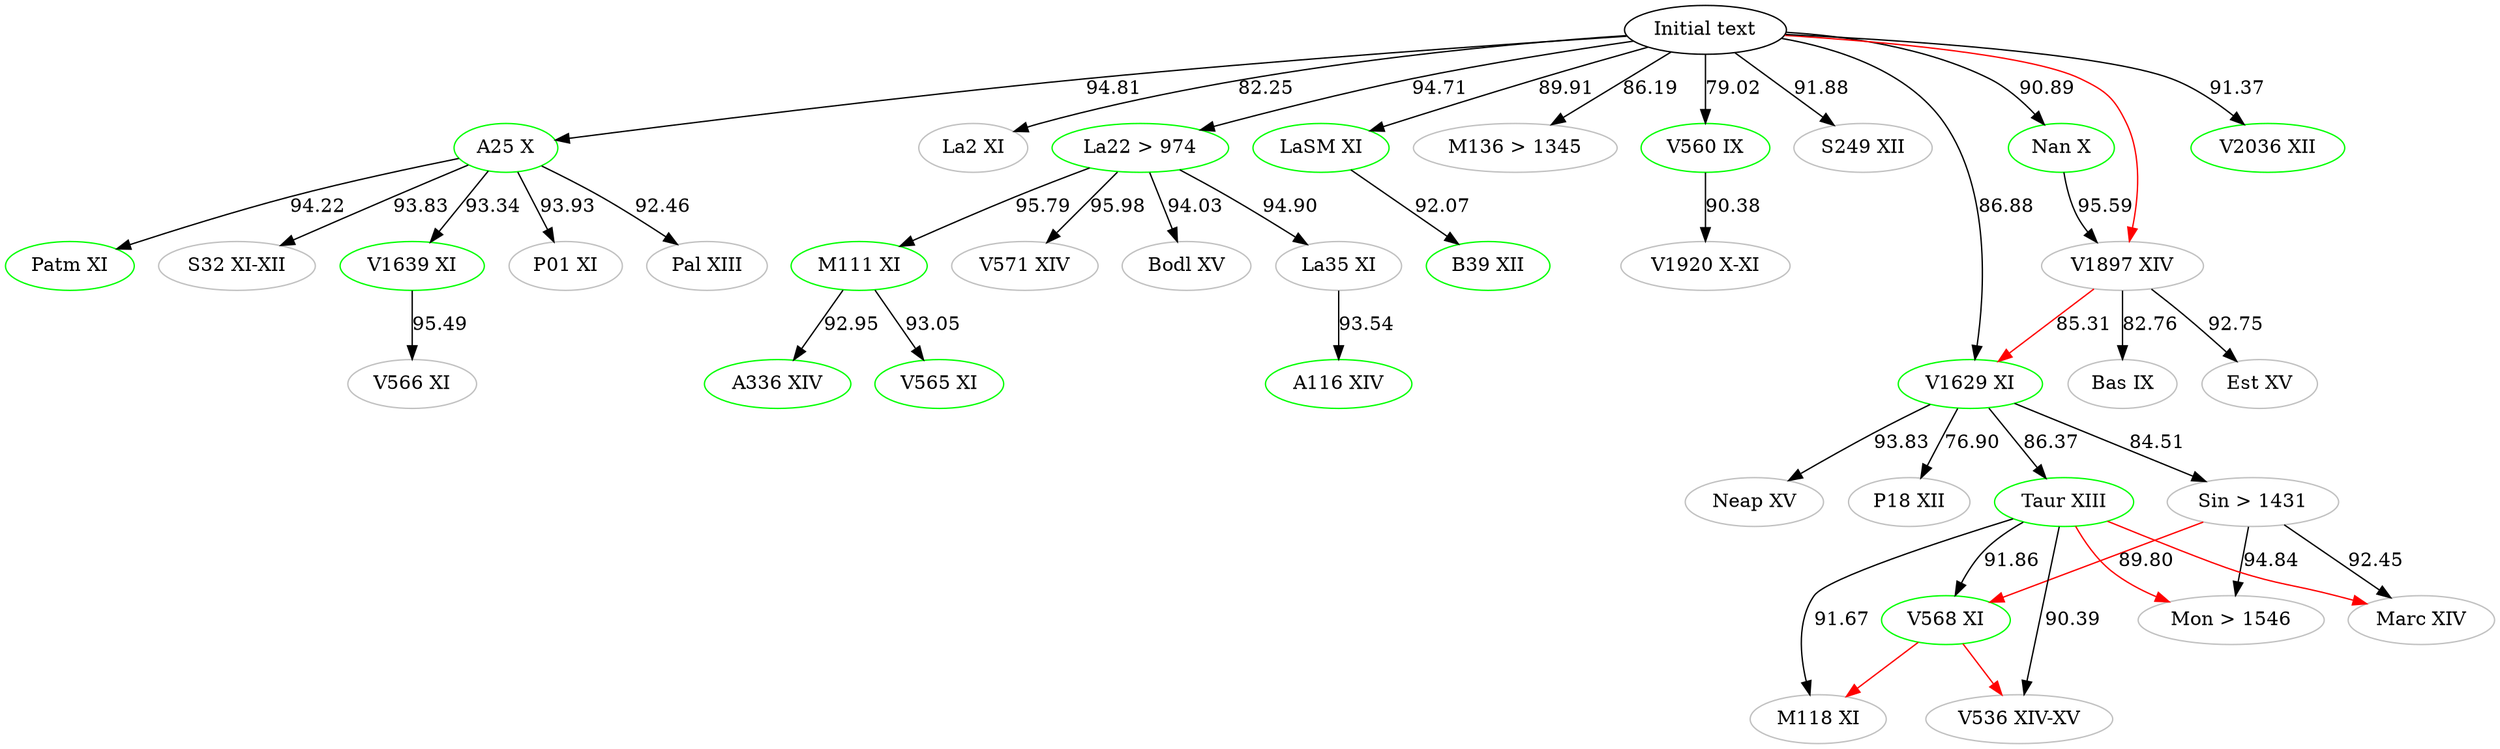
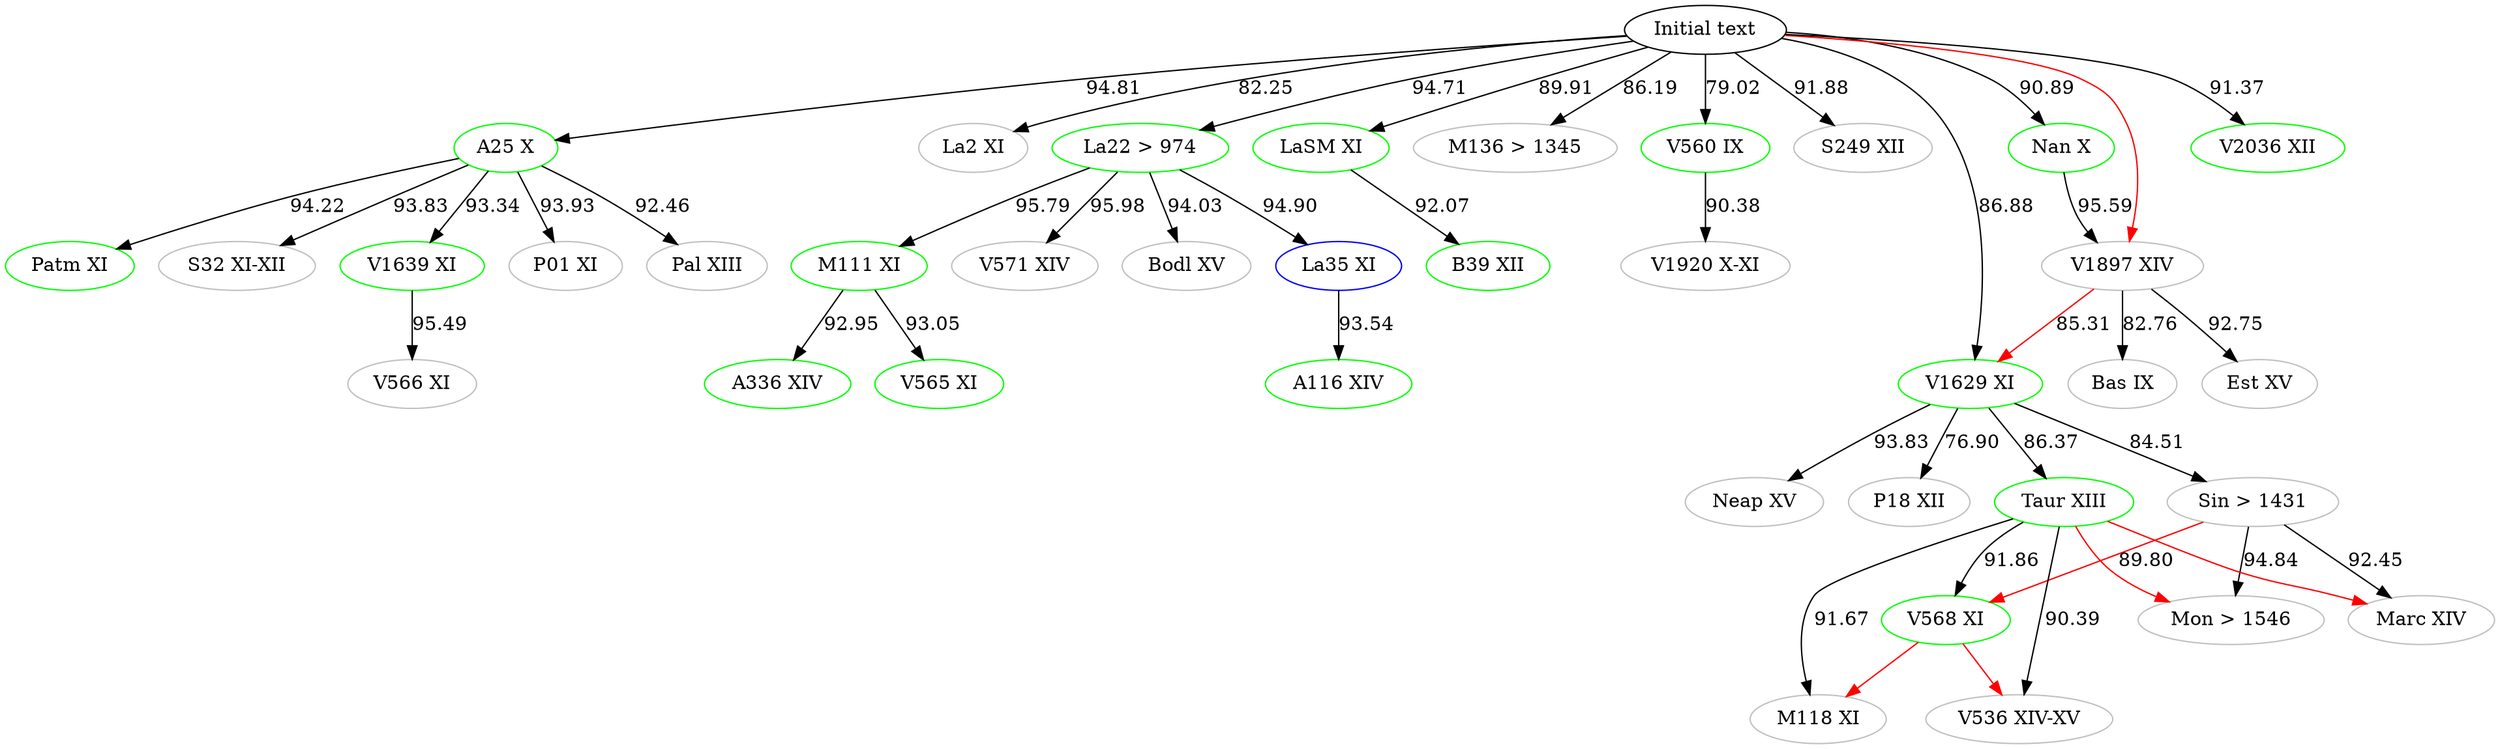
digraph {
- 
+ 	# Green = transcribed for 1.5
+ 	# Blue = next in line
    #Top [color="black", label="ω"]
    aBase [color="black", label="Initial text"]
    # Top [color="black", label="Initial text"]
	A116 [label="A116 XIV", color="green"]
	A25 [label="A25 X", color="green"]
	A336 [label="A336 XIV", color="green"]
	B39 [label="B39 XII", color="green"]
	Bas [label="Bas IX", color="grey"]
	Bodl [label="Bodl XV", color="grey"]
	Est [label="Est XV", color="grey"]
	La2 [label="La2 XI", color="grey"]
	La22 [label="La22 > 974", color="green"]
- 	La35 [label="La35 XI", color="grey"]
+ 	La35 [label="La35 XI", color="blue"]
	LaSM [label="LaSM XI", color="green"]
	M111 [label="M111 XI", color="green"]
    M118 [label="M118 XI", color="grey"]
    M136 [label="M136 > 1345", color="grey"]
    Marc [label="Marc XIV", color="grey"]
    Mon [label="Mon > 1546", color="grey"]
	Nan [label="Nan X", color="green"]
    Neap [label="Neap XV", color="grey"]
    P01 [label="P01 XI", color="grey"]
    P18 [label="P18 XII", color="grey"]
	Pal [label="Pal XIII", color="grey"]
	Patm [label="Patm XI", color="green"]
    Sin [label="Sin > 1431", color="grey"]
	S32 [label="S32 XI-XII", color="grey"]
    S249 [label="S249 XII", color="grey"]
    Taur [label="Taur XIII", color="green"]
    V536 [label="V536 XIV-XV", color="grey"]
	V560 [label="V560 IX", color="green"]
	V565 [label="V565 XI", color="green"]
	V566 [label="V566 XI", color="grey"]
	V568 [label="V568 XI", color="green"]
	V571 [label="V571 XIV", color="grey"]
    V1629 [label="V1629 XI", color="green"]
	V1639 [label="V1639 XI", color="green"]
	V1897 [label="V1897 XIV", color="grey"]
	V1920 [label="V1920 X-XI", color="grey"]
    V2036 [label="V2036 XII", color="green"]




    #Top -> aBase
    aBase -> A25 [label="94.81"]
    aBase -> M136 [label="86.19"]
    aBase -> V2036 [label="91.37"]
    # V2036 -> Patm [label="91.14", color="blue"]
    aBase -> V1629 [label="86.88"]
    aBase -> V560[label="79.02"]
    aBase -> La2 [label="82.25"]
    aBase -> S249 [label="91.88"]
    aBase -> LaSM [label="89.91"]
	aBase -> La22 [label="94.71"]
    aBase -> Nan [label="90.89"]

	# A25 -> M136 [label="85.50"]
    # M136 -> A25 [label="85.50" color="blue"]
	A25 -> Pal [label="92.46"]
	A25 -> P01 [label="93.93"]
    A25 -> V1639 [label="93.34"]
    A25 -> S32 [label="93.83"]
    A25 -> Patm [label="94.22"]

    #A25 -> La2 [color="red"]
    #A25 -> V566[color="red"]
    #A25 -> LaSM[color="red"]
    #A25 -> La22[color="red"]
    #A25 -> M136[color="red"]
    #A25 -> Nan[color="red"]
    #A25 -> S249[color="red"]
    #A25 -> V2036[color="red"]

    #aBase -> P01 [color="red"]
    #aBase -> Pal [color="red"]
    #aBase -> Patm [color="red"]
    #aBase -> La35[color="red"]
    #aBase -> B39[color="red"]
    #aBase -> V1920[color="red"]
    aBase -> V1897[color="red"]
    #aBase -> Neap[color="red"]

    #Bodl -> V1639[color="red"]
    #Patm -> S32[color="red"]
    #Patm -> V560[color="red"]

    #La22 -> A116[color="red"]
    #La22 -> V565[color="red"]
    #La22 -> A336[color="red"]

    Taur -> Mon[color="red"]
    Taur -> Marc[color="red"]

    Sin -> V568[label="89.80" color="red"]

    V568 -> V536[color="red"]
    V568 -> M118[color="red"]

    #V571 -> Bodl[color="red"]
    #M111 -> V571[color="red"]
    #La35 -> M111[color="red"]
    V1897 -> V1629[label="85.31" color="red"]
    #Nan -> Bas[color="red"]
    #Nan -> Est[color="red"]
    #Neap -> Taur[color="red"]
    #Neap -> Sin[color="red"]
   #Neap -> P18[color="red"]




	V1639 -> V566 [label="95.49"]

	La22 -> La35 [label= "94.90"]
	La22 -> M111 [label="95.79"]
	La22 -> Bodl [label="94.03"]
    La22 -> V571 [label="95.98"]

	La35 -> A116 [label="93.54"]

	M111 -> V565 [label="93.05"]
	M111 -> A336 [label="92.95"]



	Sin -> Marc [label="92.45"]

	V1629 -> Neap [label="93.83"]
	V1629 -> Sin [label="84.51"]
	V1629 -> Taur [label="86.37"]
    V1629 -> P18 [label="76.90"]

	Taur -> V568 [label="91.86"]
	Taur -> M118 [label="91.67"]
	Taur -> V536 [label="90.39"]
    # Taur -> Marc [color="blue" label="91.96"]
    # Marc -> Mon [color="blue" label="94.12"]
	Sin -> Mon [label="94.84"]

	V560 -> V1920 [label="90.38"]

	V1897 -> Est [label="92.75"]
    V1897 -> Bas [label="82.76"]

    Nan -> V1897 [label="95.59"]



    LaSM -> B39 [label="92.07"]



}

